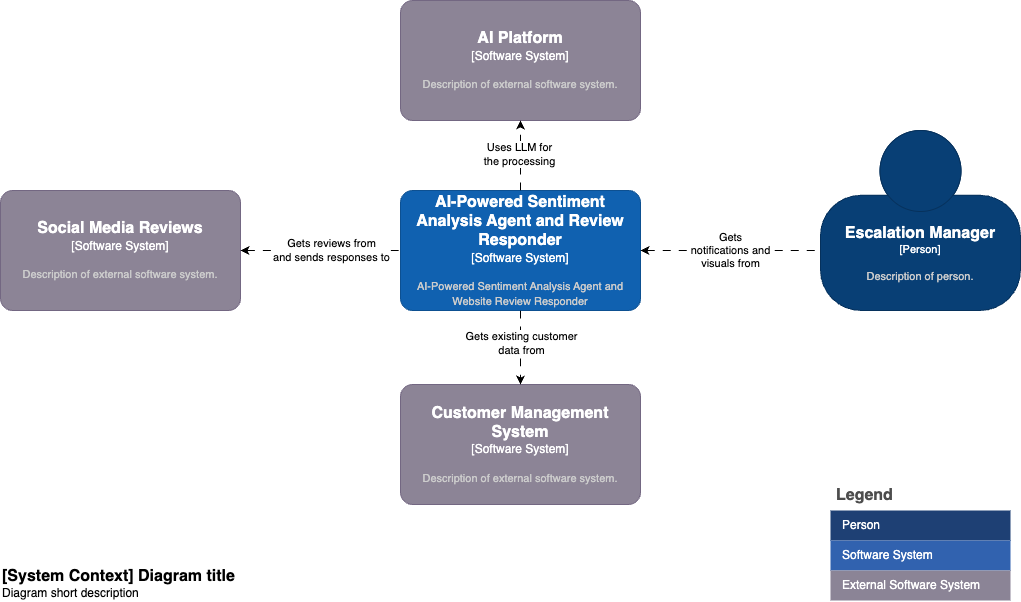
Earlier version of the draw.io export docs/diagrams-context.drawio.png (fusion-platform-services/fps-blueprint-ai-sentiment-analysis-and-response). Source tidied: cells renumbered, new cells last; positions are measured from the earlier drawing's top-left corner, leaving out a move shared by most shapes. The source it was exported from:
```xml
<mxGraphModel>
  <root>
    <mxCell id="0" />
    <mxCell id="1" parent="0" />
    <object id="2" label="&lt;font style=&quot;font-size: 16px&quot;&gt;&lt;b&gt;%c4Name%&lt;/b&gt;&lt;/font&gt;&lt;div&gt;[%c4Type%]&lt;/div&gt;&lt;br&gt;&lt;div&gt;&lt;font style=&quot;font-size: 11px&quot;&gt;&lt;font color=&quot;#cccccc&quot;&gt;%c4Description%&lt;/font&gt;&lt;/div&gt;" c4Description="AI-Powered Sentiment Analysis Agent and Website Review Responder" c4Name="AI-Powered Sentiment Analysis Agent and Review Responder" c4Type="Software System" placeholders="1">
      <mxCell style="rounded=1;whiteSpace=wrap;html=1;labelBackgroundColor=none;fillColor=#1061B0;fontColor=#ffffff;align=center;arcSize=10;strokeColor=#0D5091;points=[[0.25,0,0],[0.5,0,0],[0.75,0,0],[1,0.25,0],[1,0.5,0],[1,0.75,0],[0.75,1,0],[0.5,1,0],[0.25,1,0],[0,0.75,0],[0,0.5,0],[0,0.25,0]];" parent="1" vertex="1">
        <mxGeometry x="400" y="190" width="240" height="120" as="geometry" />
      </mxCell>
    </object>
    <mxCell id="3" value="Legend" style="shape=table;startSize=30;fontSize=16;align=left;verticalAlign=top;fillColor=none;strokeColor=none;fontColor=#4D4D4D;fontStyle=1;spacingLeft=6;spacing=0;" parent="1" vertex="1">
      <mxGeometry x="830" y="480" width="180" height="120" as="geometry" />
    </mxCell>
    <mxCell id="4" style="shape=tableRow;horizontal=0;startSize=0;swimlaneHead=0;swimlaneBody=0;strokeColor=inherit;top=0;left=0;bottom=0;right=0;fillColor=none;fontSize=12;" parent="3" vertex="1">
      <mxGeometry y="30" width="180" height="30" as="geometry" />
    </mxCell>
    <mxCell id="5" value="Person" style="shape=partialRectangle;html=1;whiteSpace=wrap;strokeColor=inherit;overflow=hidden;fillColor=#1E4074;top=0;left=0;bottom=0;right=0;fontSize=12;align=left;fontColor=#FFFFFF;gradientColor=none;spacingLeft=10;spacingRight=4;" parent="4" vertex="1">
      <mxGeometry width="180" height="30" as="geometry" />
    </mxCell>
    <mxCell id="6" style="shape=tableRow;horizontal=0;startSize=0;swimlaneHead=0;swimlaneBody=0;strokeColor=inherit;top=0;left=0;bottom=0;right=0;fillColor=none;fontSize=12;" parent="3" vertex="1">
      <mxGeometry y="60" width="180" height="30" as="geometry" />
    </mxCell>
    <mxCell id="7" value="Software System" style="shape=partialRectangle;html=1;whiteSpace=wrap;strokeColor=inherit;overflow=hidden;fillColor=#3162AF;top=0;left=0;bottom=0;right=0;fontSize=12;align=left;fontColor=#FFFFFF;gradientColor=none;spacingLeft=10;spacingRight=4;" parent="6" vertex="1">
      <mxGeometry width="180" height="30" as="geometry" />
    </mxCell>
    <mxCell id="8" style="shape=tableRow;horizontal=0;startSize=0;swimlaneHead=0;swimlaneBody=0;strokeColor=inherit;top=0;left=0;bottom=0;right=0;fillColor=none;fontSize=12;" parent="3" vertex="1">
      <mxGeometry y="90" width="180" height="30" as="geometry" />
    </mxCell>
    <mxCell id="9" value="External Software System" style="shape=partialRectangle;html=1;whiteSpace=wrap;strokeColor=inherit;overflow=hidden;fillColor=#8b8496;top=0;left=0;bottom=0;right=0;fontSize=12;align=left;fontColor=#FFFFFF;gradientColor=none;spacingLeft=10;spacingRight=4;" parent="8" vertex="1">
      <mxGeometry width="180" height="30" as="geometry" />
    </mxCell>
    <object id="10" label="&lt;font style=&quot;font-size: 16px&quot;&gt;&lt;b&gt;%c4Name%&lt;/b&gt;&lt;/font&gt;&lt;div&gt;[%c4Type%]&lt;/div&gt;&lt;br&gt;&lt;div&gt;&lt;font style=&quot;font-size: 11px&quot;&gt;&lt;font color=&quot;#cccccc&quot;&gt;%c4Description%&lt;/font&gt;&lt;/div&gt;" c4Description="Description of person." c4Name="Escalation Manager" c4Type="Person" placeholders="1">
      <mxCell style="html=1;fontSize=11;dashed=0;whiteSpace=wrap;fillColor=#083F75;strokeColor=#06315C;fontColor=#ffffff;shape=mxgraph.c4.person2;align=center;points=[[0.5,0,0],[1,0.5,0],[1,0.75,0],[0.75,1,0],[0.5,1,0],[0.25,1,0],[0,0.75,0],[0,0.5,0]];" parent="1" vertex="1">
        <mxGeometry x="820" y="130" width="200" height="180" as="geometry" />
      </mxCell>
    </object>
    <object id="11" label="&lt;font style=&quot;font-size: 16px&quot;&gt;&lt;b&gt;%c4Name%&lt;/b&gt;&lt;/font&gt;&lt;div&gt;[%c4Type%]&lt;/div&gt;&lt;br&gt;&lt;div&gt;&lt;font style=&quot;font-size: 11px&quot;&gt;&lt;font color=&quot;#cccccc&quot;&gt;%c4Description%&lt;/font&gt;&lt;/div&gt;" c4Description="Description of external software system." c4Name="Social Media Reviews" c4Type="Software System" placeholders="1">
      <mxCell style="rounded=1;whiteSpace=wrap;html=1;labelBackgroundColor=none;fillColor=#8C8496;fontColor=#ffffff;align=center;arcSize=10;strokeColor=#736782;points=[[0.25,0,0],[0.5,0,0],[0.75,0,0],[1,0.25,0],[1,0.5,0],[1,0.75,0],[0.75,1,0],[0.5,1,0],[0.25,1,0],[0,0.75,0],[0,0.5,0],[0,0.25,0]];" parent="1" vertex="1">
        <mxGeometry y="190" width="240" height="120" as="geometry" />
      </mxCell>
    </object>
    <object id="12" label="&lt;font style=&quot;font-size: 16px&quot;&gt;&lt;b&gt;%c4Name%&lt;/b&gt;&lt;/font&gt;&lt;div&gt;[%c4Type%]&lt;/div&gt;&lt;br&gt;&lt;div&gt;&lt;font style=&quot;font-size: 11px&quot;&gt;&lt;font color=&quot;#cccccc&quot;&gt;%c4Description%&lt;/font&gt;&lt;/div&gt;" c4Description="Description of external software system." c4Name="AI Platform" c4Type="Software System" placeholders="1">
      <mxCell style="rounded=1;whiteSpace=wrap;html=1;labelBackgroundColor=none;fillColor=#8C8496;fontColor=#ffffff;align=center;arcSize=10;strokeColor=#736782;" parent="1" vertex="1">
        <mxGeometry x="400" width="240" height="120" as="geometry" />
      </mxCell>
    </object>
    <mxCell id="13" style="edgeStyle=none;rounded=0;jettySize=auto;html=1;dashed=1;dashPattern=8 8;" parent="1" edge="1" source="2">
      <mxGeometry relative="1" as="geometry">
        <mxPoint x="520" y="120" as="targetPoint" />
      </mxGeometry>
    </mxCell>
    <mxCell id="14" value="Uses LLM for&lt;br&gt;the processing" style="edgeLabel;html=1;align=center;verticalAlign=middle;" parent="13" vertex="1">
      <mxGeometry x="0.05" y="1" relative="1" as="geometry" />
    </mxCell>
    <mxCell id="15" style="edgeStyle=none;rounded=0;jettySize=auto;html=1;entryX=0;entryY=0.5;entryDx=0;entryDy=0;entryPerimeter=0;dashed=1;dashPattern=8 8;startArrow=classic;startFill=1;endArrow=none;endFill=0;" parent="1" edge="1" source="11" target="2">
      <mxGeometry relative="1" as="geometry" />
    </mxCell>
    <mxCell id="16" value="Gets reviews from &lt;br&gt;and sends responses to" style="edgeLabel;html=1;align=center;verticalAlign=middle;" parent="15" vertex="1">
      <mxGeometry x="-0.02" y="1" relative="1" as="geometry">
        <mxPoint x="12" y="1" as="offset" />
      </mxGeometry>
    </mxCell>
    <mxCell id="17" value="Gets&lt;br&gt;notifications and &lt;br&gt;visuals from" style="edgeStyle=none;rounded=0;jettySize=auto;html=1;dashed=1;dashPattern=8 8;startArrow=classic;startFill=1;endArrow=none;endFill=0;entryX=0;entryY=0.667;entryDx=0;entryDy=0;entryPerimeter=0;" parent="1" edge="1" source="2" target="10">
      <mxGeometry relative="1" as="geometry" />
    </mxCell>
    <object id="18" label="&lt;font style=&quot;font-size: 16px&quot;&gt;&lt;b&gt;%c4Name%&lt;/b&gt;&lt;/font&gt;&lt;div&gt;[%c4Type%]&lt;/div&gt;&lt;br&gt;&lt;div&gt;&lt;font style=&quot;font-size: 11px&quot;&gt;&lt;font color=&quot;#cccccc&quot;&gt;%c4Description%&lt;/font&gt;&lt;/div&gt;" c4Description="Description of external software system." c4Name="Customer Management System" c4Type="Software System" placeholders="1">
      <mxCell style="rounded=1;whiteSpace=wrap;html=1;labelBackgroundColor=none;fillColor=#8C8496;fontColor=#ffffff;align=center;arcSize=10;strokeColor=#736782;points=[[0.25,0,0],[0.5,0,0],[0.75,0,0],[1,0.25,0],[1,0.5,0],[1,0.75,0],[0.75,1,0],[0.5,1,0],[0.25,1,0],[0,0.75,0],[0,0.5,0],[0,0.25,0]];" parent="1" vertex="1">
        <mxGeometry x="400" y="384" width="240" height="120" as="geometry" />
      </mxCell>
    </object>
    <object id="19" label="&lt;font style=&quot;font-size: 16px&quot;&gt;&lt;b&gt;&lt;div style=&quot;text-align: left&quot;&gt;%c4Name%&lt;/div&gt;&lt;/b&gt;&lt;/font&gt;&lt;div style=&quot;text-align: left&quot;&gt;%c4Description%&lt;/div&gt;" c4Description="Diagram short description" c4Name="[System Context] Diagram title" c4Type="ContainerScopeBoundary" placeholders="1">
      <mxCell style="text;html=1;strokeColor=none;fillColor=none;align=left;verticalAlign=top;whiteSpace=wrap;rounded=0;" parent="1" vertex="1">
        <mxGeometry y="560" width="260" height="40" as="geometry" />
      </mxCell>
    </object>
    <mxCell id="20" style="edgeStyle=none;rounded=0;jettySize=auto;html=1;entryX=0.5;entryY=0;entryDx=0;entryDy=0;entryPerimeter=0;dashed=1;dashPattern=8 8;" parent="1" edge="1" source="2" target="18">
      <mxGeometry relative="1" as="geometry" />
    </mxCell>
    <mxCell id="21" value="Gets existing customer &lt;br&gt;data from" style="edgeLabel;html=1;align=center;verticalAlign=middle;" parent="20" vertex="1">
      <mxGeometry x="-0.12" y="1" relative="1" as="geometry" />
    </mxCell>
  </root>
</mxGraphModel>
```
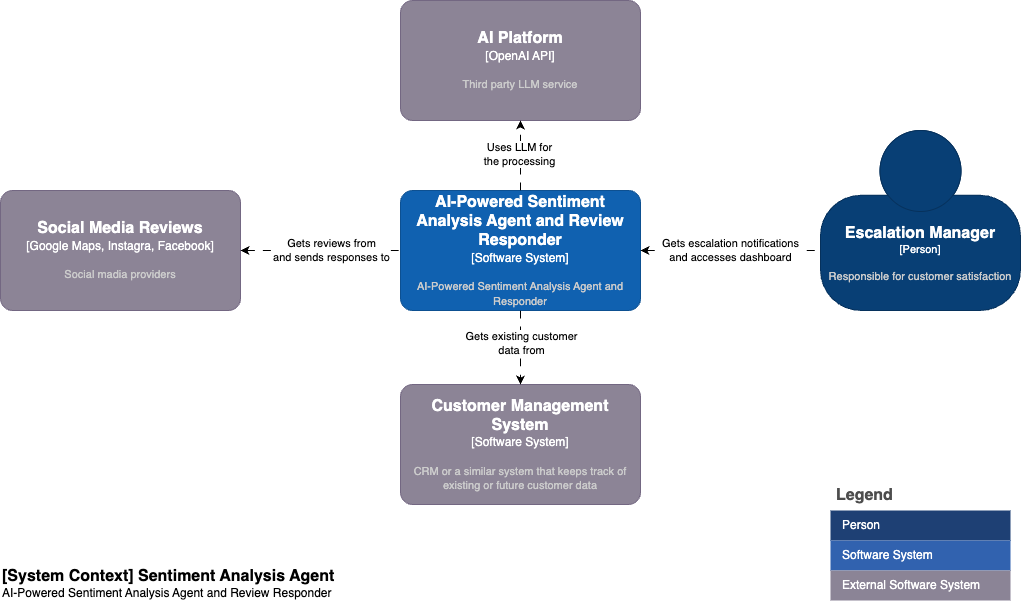
After the commit.

What changed in the source:
```diff
@@ -2,7 +2,7 @@
   <root>
     <mxCell id="0" />
     <mxCell id="1" parent="0" />
-    <object id="2" label="&lt;font style=&quot;font-size: 16px&quot;&gt;&lt;b&gt;%c4Name%&lt;/b&gt;&lt;/font&gt;&lt;div&gt;[%c4Type%]&lt;/div&gt;&lt;br&gt;&lt;div&gt;&lt;font style=&quot;font-size: 11px&quot;&gt;&lt;font color=&quot;#cccccc&quot;&gt;%c4Description%&lt;/font&gt;&lt;/div&gt;" c4Description="AI-Powered Sentiment Analysis Agent and Website Review Responder" c4Name="AI-Powered Sentiment Analysis Agent and Review Responder" c4Type="Software System" placeholders="1">
+    <object id="2" label="&lt;font style=&quot;font-size: 16px&quot;&gt;&lt;b&gt;%c4Name%&lt;/b&gt;&lt;/font&gt;&lt;div&gt;[%c4Type%]&lt;/div&gt;&lt;br&gt;&lt;div&gt;&lt;font style=&quot;font-size: 11px&quot;&gt;&lt;font color=&quot;#cccccc&quot;&gt;%c4Description%&lt;/font&gt;&lt;/div&gt;" c4Description="AI-Powered Sentiment Analysis Agent and Responder" c4Name="AI-Powered Sentiment Analysis Agent and Review Responder" c4Type="Software System" placeholders="1">
       <mxCell style="rounded=1;whiteSpace=wrap;html=1;labelBackgroundColor=none;fillColor=#1061B0;fontColor=#ffffff;align=center;arcSize=10;strokeColor=#0D5091;points=[[0.25,0,0],[0.5,0,0],[0.75,0,0],[1,0.25,0],[1,0.5,0],[1,0.75,0],[0.75,1,0],[0.5,1,0],[0.25,1,0],[0,0.75,0],[0,0.5,0],[0,0.25,0]];" parent="1" vertex="1">
         <mxGeometry x="400" y="190" width="240" height="120" as="geometry" />
       </mxCell>
@@ -28,17 +28,17 @@
     <mxCell id="9" value="External Software System" style="shape=partialRectangle;html=1;whiteSpace=wrap;strokeColor=inherit;overflow=hidden;fillColor=#8b8496;top=0;left=0;bottom=0;right=0;fontSize=12;align=left;fontColor=#FFFFFF;gradientColor=none;spacingLeft=10;spacingRight=4;" parent="8" vertex="1">
       <mxGeometry width="180" height="30" as="geometry" />
     </mxCell>
-    <object id="10" label="&lt;font style=&quot;font-size: 16px&quot;&gt;&lt;b&gt;%c4Name%&lt;/b&gt;&lt;/font&gt;&lt;div&gt;[%c4Type%]&lt;/div&gt;&lt;br&gt;&lt;div&gt;&lt;font style=&quot;font-size: 11px&quot;&gt;&lt;font color=&quot;#cccccc&quot;&gt;%c4Description%&lt;/font&gt;&lt;/div&gt;" c4Description="Description of person." c4Name="Escalation Manager" c4Type="Person" placeholders="1">
+    <object id="10" label="&lt;font style=&quot;font-size: 16px&quot;&gt;&lt;b&gt;%c4Name%&lt;/b&gt;&lt;/font&gt;&lt;div&gt;[%c4Type%]&lt;/div&gt;&lt;br&gt;&lt;div&gt;&lt;font style=&quot;font-size: 11px&quot;&gt;&lt;font color=&quot;#cccccc&quot;&gt;%c4Description%&lt;/font&gt;&lt;/div&gt;" c4Description="Responsible for customer satisfaction" c4Name="Escalation Manager" c4Type="Person" placeholders="1">
       <mxCell style="html=1;fontSize=11;dashed=0;whiteSpace=wrap;fillColor=#083F75;strokeColor=#06315C;fontColor=#ffffff;shape=mxgraph.c4.person2;align=center;points=[[0.5,0,0],[1,0.5,0],[1,0.75,0],[0.75,1,0],[0.5,1,0],[0.25,1,0],[0,0.75,0],[0,0.5,0]];" parent="1" vertex="1">
         <mxGeometry x="820" y="130" width="200" height="180" as="geometry" />
       </mxCell>
     </object>
-    <object id="11" label="&lt;font style=&quot;font-size: 16px&quot;&gt;&lt;b&gt;%c4Name%&lt;/b&gt;&lt;/font&gt;&lt;div&gt;[%c4Type%]&lt;/div&gt;&lt;br&gt;&lt;div&gt;&lt;font style=&quot;font-size: 11px&quot;&gt;&lt;font color=&quot;#cccccc&quot;&gt;%c4Description%&lt;/font&gt;&lt;/div&gt;" c4Description="Description of external software system." c4Name="Social Media Reviews" c4Type="Software System" placeholders="1">
+    <object id="11" label="&lt;font style=&quot;font-size: 16px&quot;&gt;&lt;b&gt;%c4Name%&lt;/b&gt;&lt;/font&gt;&lt;div&gt;[%c4Type%]&lt;/div&gt;&lt;br&gt;&lt;div&gt;&lt;font style=&quot;font-size: 11px&quot;&gt;&lt;font color=&quot;#cccccc&quot;&gt;%c4Description%&lt;/font&gt;&lt;/div&gt;" c4Description="Social madia providers" c4Name="Social Media Reviews" c4Type="Google Maps, Instagra, Facebook" placeholders="1">
       <mxCell style="rounded=1;whiteSpace=wrap;html=1;labelBackgroundColor=none;fillColor=#8C8496;fontColor=#ffffff;align=center;arcSize=10;strokeColor=#736782;points=[[0.25,0,0],[0.5,0,0],[0.75,0,0],[1,0.25,0],[1,0.5,0],[1,0.75,0],[0.75,1,0],[0.5,1,0],[0.25,1,0],[0,0.75,0],[0,0.5,0],[0,0.25,0]];" parent="1" vertex="1">
         <mxGeometry y="190" width="240" height="120" as="geometry" />
       </mxCell>
     </object>
-    <object id="12" label="&lt;font style=&quot;font-size: 16px&quot;&gt;&lt;b&gt;%c4Name%&lt;/b&gt;&lt;/font&gt;&lt;div&gt;[%c4Type%]&lt;/div&gt;&lt;br&gt;&lt;div&gt;&lt;font style=&quot;font-size: 11px&quot;&gt;&lt;font color=&quot;#cccccc&quot;&gt;%c4Description%&lt;/font&gt;&lt;/div&gt;" c4Description="Description of external software system." c4Name="AI Platform" c4Type="Software System" placeholders="1">
+    <object id="12" label="&lt;font style=&quot;font-size: 16px&quot;&gt;&lt;b&gt;%c4Name%&lt;/b&gt;&lt;/font&gt;&lt;div&gt;[%c4Type%]&lt;/div&gt;&lt;br&gt;&lt;div&gt;&lt;font style=&quot;font-size: 11px&quot;&gt;&lt;font color=&quot;#cccccc&quot;&gt;%c4Description%&lt;/font&gt;&lt;/div&gt;" c4Description="Third party LLM service" c4Name="AI Platform" c4Type="OpenAI API" placeholders="1">
       <mxCell style="rounded=1;whiteSpace=wrap;html=1;labelBackgroundColor=none;fillColor=#8C8496;fontColor=#ffffff;align=center;arcSize=10;strokeColor=#736782;" parent="1" vertex="1">
         <mxGeometry x="400" width="240" height="120" as="geometry" />
       </mxCell>
@@ -59,17 +59,17 @@
         <mxPoint x="12" y="1" as="offset" />
       </mxGeometry>
     </mxCell>
-    <mxCell id="17" value="Gets&lt;br&gt;notifications and &lt;br&gt;visuals from" style="edgeStyle=none;rounded=0;jettySize=auto;html=1;dashed=1;dashPattern=8 8;startArrow=classic;startFill=1;endArrow=none;endFill=0;entryX=0;entryY=0.667;entryDx=0;entryDy=0;entryPerimeter=0;" parent="1" edge="1" source="2" target="10">
+    <mxCell id="17" value="Gets escalation notifications &lt;br&gt;and accesses dashboard" style="edgeStyle=none;rounded=0;jettySize=auto;html=1;dashed=1;dashPattern=8 8;startArrow=classic;startFill=1;endArrow=none;endFill=0;entryX=0;entryY=0.667;entryDx=0;entryDy=0;entryPerimeter=0;" parent="1" edge="1" source="2" target="10">
       <mxGeometry relative="1" as="geometry" />
     </mxCell>
-    <object id="18" label="&lt;font style=&quot;font-size: 16px&quot;&gt;&lt;b&gt;%c4Name%&lt;/b&gt;&lt;/font&gt;&lt;div&gt;[%c4Type%]&lt;/div&gt;&lt;br&gt;&lt;div&gt;&lt;font style=&quot;font-size: 11px&quot;&gt;&lt;font color=&quot;#cccccc&quot;&gt;%c4Description%&lt;/font&gt;&lt;/div&gt;" c4Description="Description of external software system." c4Name="Customer Management System" c4Type="Software System" placeholders="1">
+    <object id="18" label="&lt;font style=&quot;font-size: 16px&quot;&gt;&lt;b&gt;%c4Name%&lt;/b&gt;&lt;/font&gt;&lt;div&gt;[%c4Type%]&lt;/div&gt;&lt;br&gt;&lt;div&gt;&lt;font style=&quot;font-size: 11px&quot;&gt;&lt;font color=&quot;#cccccc&quot;&gt;%c4Description%&lt;/font&gt;&lt;/div&gt;" c4Description="CRM or a similar system that keeps track of existing or future customer data" c4Name="Customer Management System" c4Type="Software System" placeholders="1">
       <mxCell style="rounded=1;whiteSpace=wrap;html=1;labelBackgroundColor=none;fillColor=#8C8496;fontColor=#ffffff;align=center;arcSize=10;strokeColor=#736782;points=[[0.25,0,0],[0.5,0,0],[0.75,0,0],[1,0.25,0],[1,0.5,0],[1,0.75,0],[0.75,1,0],[0.5,1,0],[0.25,1,0],[0,0.75,0],[0,0.5,0],[0,0.25,0]];" parent="1" vertex="1">
         <mxGeometry x="400" y="384" width="240" height="120" as="geometry" />
       </mxCell>
     </object>
-    <object id="19" label="&lt;font style=&quot;font-size: 16px&quot;&gt;&lt;b&gt;&lt;div style=&quot;text-align: left&quot;&gt;%c4Name%&lt;/div&gt;&lt;/b&gt;&lt;/font&gt;&lt;div style=&quot;text-align: left&quot;&gt;%c4Description%&lt;/div&gt;" c4Description="Diagram short description" c4Name="[System Context] Diagram title" c4Type="ContainerScopeBoundary" placeholders="1">
+    <object id="19" label="&lt;font style=&quot;font-size: 16px&quot;&gt;&lt;b&gt;&lt;div style=&quot;text-align: left&quot;&gt;%c4Name%&lt;/div&gt;&lt;/b&gt;&lt;/font&gt;&lt;div style=&quot;text-align: left&quot;&gt;%c4Description%&lt;/div&gt;" c4Description="AI-Powered Sentiment Analysis Agent and Review Responder" c4Name="[System Context] Sentiment Analysis Agent" c4Type="ContainerScopeBoundary" placeholders="1">
       <mxCell style="text;html=1;strokeColor=none;fillColor=none;align=left;verticalAlign=top;whiteSpace=wrap;rounded=0;" parent="1" vertex="1">
-        <mxGeometry y="560" width="260" height="40" as="geometry" />
+        <mxGeometry y="560" width="380" height="40" as="geometry" />
       </mxCell>
     </object>
     <mxCell id="20" style="edgeStyle=none;rounded=0;jettySize=auto;html=1;entryX=0.5;entryY=0;entryDx=0;entryDy=0;entryPerimeter=0;dashed=1;dashPattern=8 8;" parent="1" edge="1" source="2" target="18">
```
